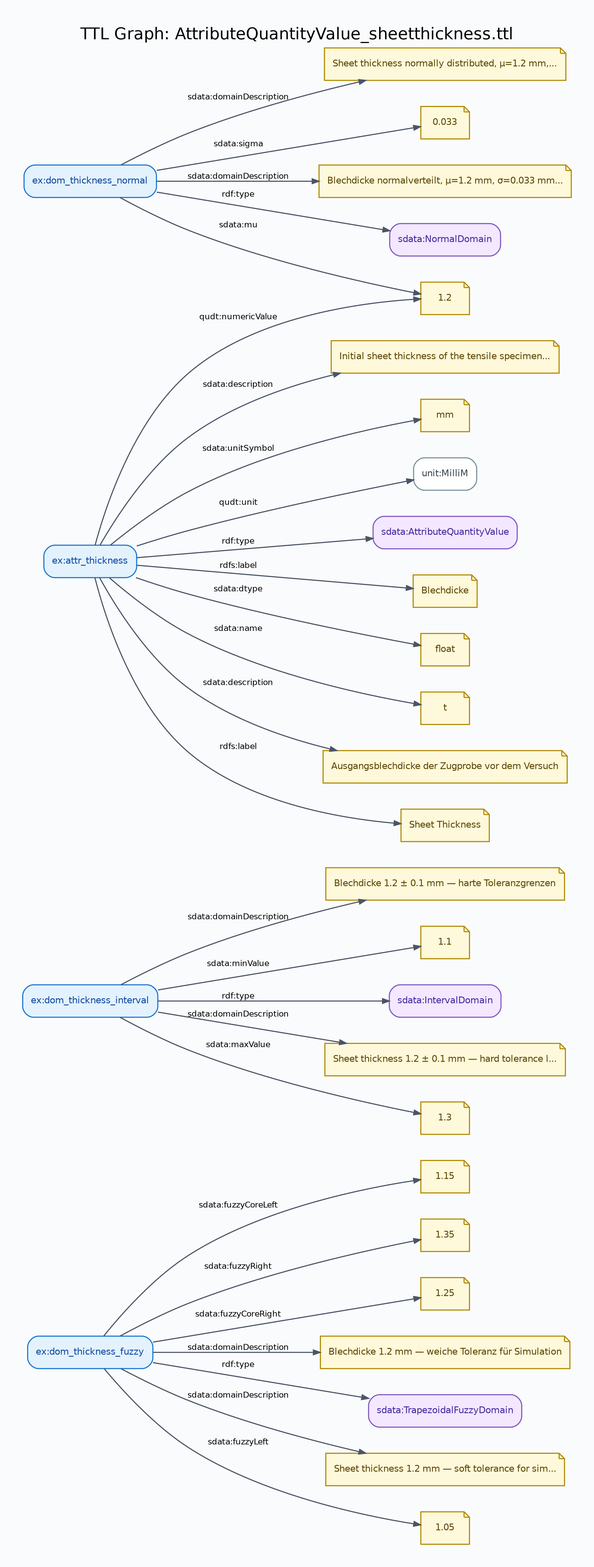
Above: docs/diagrams/AttributeQuantityValue_sheetthickness-graph.png in lepy/sdata-ontology (Graphviz), before the change. Its source is kept beside it as docs/diagrams/AttributeQuantityValue_sheetthickness-graph.dot.
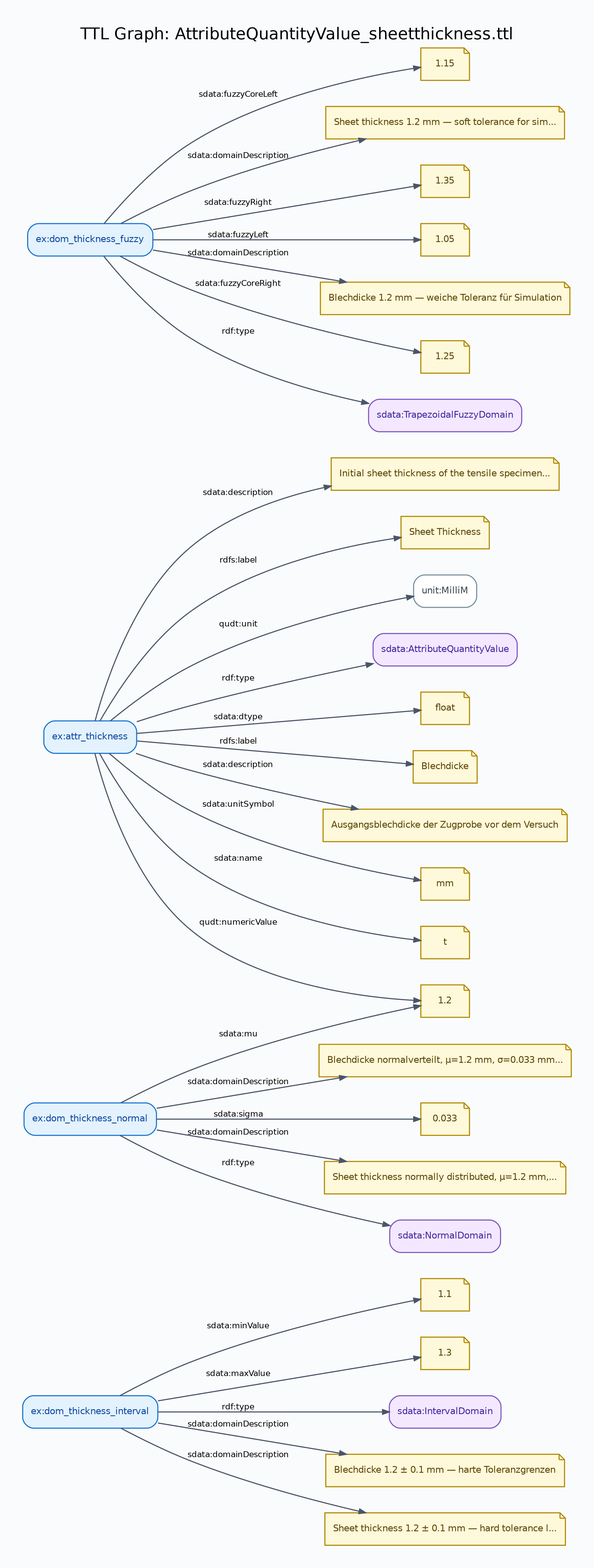
The same file after the commit.

The edit, as a diff of the source:
```diff
@@ -26,6 +26,101 @@
 		fontsize=9,
 		penwidth=1.2
 	];
+	"uri::https://example.org/tensile-test/dom_thickness_interval"	[color="#1976D2",
+		fillcolor="#E3F2FD",
+		fontcolor="#0D47A1",
+		label="ex:dom_thickness_interval"];
+	"lit::1.1::http://www.w3.org/2001/XMLSchema#double::"	[color="#B08900",
+		fillcolor="#FFF9DB",
+		fontcolor="#5C4500",
+		label=1.1,
+		shape=note];
+	"uri::https://example.org/tensile-test/dom_thickness_interval" -> "lit::1.1::http://www.w3.org/2001/XMLSchema#double::"	[label="sdata:minValue"];
+	"lit::1.3::http://www.w3.org/2001/XMLSchema#double::"	[color="#B08900",
+		fillcolor="#FFF9DB",
+		fontcolor="#5C4500",
+		label=1.3,
+		shape=note];
+	"uri::https://example.org/tensile-test/dom_thickness_interval" -> "lit::1.3::http://www.w3.org/2001/XMLSchema#double::"	[label="sdata:maxValue"];
+	"uri::https://w3id.org/sdata/core/IntervalDomain"	[color="#7E57C2",
+		fillcolor="#F3E8FF",
+		fontcolor="#4527A0",
+		label="sdata:IntervalDomain"];
+	"uri::https://example.org/tensile-test/dom_thickness_interval" -> "uri::https://w3id.org/sdata/core/IntervalDomain"	[label="rdf:type"];
+	"lit::Blechdicke 1.2 ± 0.1 mm — harte Toleranzgrenzen::::de"	[color="#B08900",
+		fillcolor="#FFF9DB",
+		fontcolor="#5C4500",
+		label="Blechdicke 1.2 ± 0.1 mm — harte Toleranzgrenzen",
+		shape=note];
+	"uri::https://example.org/tensile-test/dom_thickness_interval" -> "lit::Blechdicke 1.2 ± 0.1 mm — harte Toleranzgrenzen::::de"	[label="sdata:domainDescription"];
+	"lit::Sheet thickness 1.2 ± 0.1 mm — hard tolerance limits::::en"	[color="#B08900",
+		fillcolor="#FFF9DB",
+		fontcolor="#5C4500",
+		label="Sheet thickness 1.2 ± 0.1 mm — hard tolerance l...",
+		shape=note];
+	"uri::https://example.org/tensile-test/dom_thickness_interval" -> "lit::Sheet thickness 1.2 ± 0.1 mm — hard tolerance limits::::en"	[label="sdata:domainDescription"];
+	"uri::https://example.org/tensile-test/attr_thickness"	[color="#1976D2",
+		fillcolor="#E3F2FD",
+		fontcolor="#0D47A1",
+		label="ex:attr_thickness"];
+	"lit::Initial sheet thickness of the tensile specimen before testing::::en"	[color="#B08900",
+		fillcolor="#FFF9DB",
+		fontcolor="#5C4500",
+		label="Initial sheet thickness of the tensile specimen...",
+		shape=note];
+	"uri::https://example.org/tensile-test/attr_thickness" -> "lit::Initial sheet thickness of the tensile specimen before testing::::en"	[label="sdata:description"];
+	"lit::Sheet Thickness::::en"	[color="#B08900",
+		fillcolor="#FFF9DB",
+		fontcolor="#5C4500",
+		label="Sheet Thickness",
+		shape=note];
+	"uri::https://example.org/tensile-test/attr_thickness" -> "lit::Sheet Thickness::::en"	[label="rdfs:label"];
+	"uri::http://qudt.org/vocab/unit/MilliM"	[color="#78909C",
+		fillcolor="#FFFFFF",
+		fontcolor="#37474F",
+		label="unit:MilliM"];
+	"uri::https://example.org/tensile-test/attr_thickness" -> "uri::http://qudt.org/vocab/unit/MilliM"	[label="qudt:unit"];
+	"uri::https://w3id.org/sdata/core/AttributeQuantityValue"	[color="#7E57C2",
+		fillcolor="#F3E8FF",
+		fontcolor="#4527A0",
+		label="sdata:AttributeQuantityValue"];
+	"uri::https://example.org/tensile-test/attr_thickness" -> "uri::https://w3id.org/sdata/core/AttributeQuantityValue"	[label="rdf:type"];
+	"lit::float::::"	[color="#B08900",
+		fillcolor="#FFF9DB",
+		fontcolor="#5C4500",
+		label=float,
+		shape=note];
+	"uri::https://example.org/tensile-test/attr_thickness" -> "lit::float::::"	[label="sdata:dtype"];
+	"lit::Blechdicke::::de"	[color="#B08900",
+		fillcolor="#FFF9DB",
+		fontcolor="#5C4500",
+		label=Blechdicke,
+		shape=note];
+	"uri::https://example.org/tensile-test/attr_thickness" -> "lit::Blechdicke::::de"	[label="rdfs:label"];
+	"lit::Ausgangsblechdicke der Zugprobe vor dem Versuch::::de"	[color="#B08900",
+		fillcolor="#FFF9DB",
+		fontcolor="#5C4500",
+		label="Ausgangsblechdicke der Zugprobe vor dem Versuch",
+		shape=note];
+	"uri::https://example.org/tensile-test/attr_thickness" -> "lit::Ausgangsblechdicke der Zugprobe vor dem Versuch::::de"	[label="sdata:description"];
+	"lit::mm::::"	[color="#B08900",
+		fillcolor="#FFF9DB",
+		fontcolor="#5C4500",
+		label=mm,
+		shape=note];
+	"uri::https://example.org/tensile-test/attr_thickness" -> "lit::mm::::"	[label="sdata:unitSymbol"];
+	"lit::t::::"	[color="#B08900",
+		fillcolor="#FFF9DB",
+		fontcolor="#5C4500",
+		label=t,
+		shape=note];
+	"uri::https://example.org/tensile-test/attr_thickness" -> "lit::t::::"	[label="sdata:name"];
+	"lit::1.2::http://www.w3.org/2001/XMLSchema#double::"	[color="#B08900",
+		fillcolor="#FFF9DB",
+		fontcolor="#5C4500",
+		label=1.2,
+		shape=note];
+	"uri::https://example.org/tensile-test/attr_thickness" -> "lit::1.2::http://www.w3.org/2001/XMLSchema#double::"	[label="qudt:numericValue"];
 	"uri::https://example.org/tensile-test/dom_thickness_fuzzy"	[color="#1976D2",
 		fillcolor="#E3F2FD",
 		fontcolor="#0D47A1",
@@ -36,162 +131,67 @@
 		label=1.15,
 		shape=note];
 	"uri::https://example.org/tensile-test/dom_thickness_fuzzy" -> "lit::1.15::http://www.w3.org/2001/XMLSchema#double::"	[label="sdata:fuzzyCoreLeft"];
+	"lit::Sheet thickness 1.2 mm — soft tolerance for simulation::::en"	[color="#B08900",
+		fillcolor="#FFF9DB",
+		fontcolor="#5C4500",
+		label="Sheet thickness 1.2 mm — soft tolerance for sim...",
+		shape=note];
+	"uri::https://example.org/tensile-test/dom_thickness_fuzzy" -> "lit::Sheet thickness 1.2 mm — soft tolerance for simulation::::en"	[label="sdata:domainDescription"];
 	"lit::1.35::http://www.w3.org/2001/XMLSchema#double::"	[color="#B08900",
 		fillcolor="#FFF9DB",
 		fontcolor="#5C4500",
 		label=1.35,
 		shape=note];
 	"uri::https://example.org/tensile-test/dom_thickness_fuzzy" -> "lit::1.35::http://www.w3.org/2001/XMLSchema#double::"	[label="sdata:fuzzyRight"];
+	"lit::1.05::http://www.w3.org/2001/XMLSchema#double::"	[color="#B08900",
+		fillcolor="#FFF9DB",
+		fontcolor="#5C4500",
+		label=1.05,
+		shape=note];
+	"uri::https://example.org/tensile-test/dom_thickness_fuzzy" -> "lit::1.05::http://www.w3.org/2001/XMLSchema#double::"	[label="sdata:fuzzyLeft"];
+	"lit::Blechdicke 1.2 mm — weiche Toleranz für Simulation::::de"	[color="#B08900",
+		fillcolor="#FFF9DB",
+		fontcolor="#5C4500",
+		label="Blechdicke 1.2 mm — weiche Toleranz für Simulation",
+		shape=note];
+	"uri::https://example.org/tensile-test/dom_thickness_fuzzy" -> "lit::Blechdicke 1.2 mm — weiche Toleranz für Simulation::::de"	[label="sdata:domainDescription"];
 	"lit::1.25::http://www.w3.org/2001/XMLSchema#double::"	[color="#B08900",
 		fillcolor="#FFF9DB",
 		fontcolor="#5C4500",
 		label=1.25,
 		shape=note];
 	"uri::https://example.org/tensile-test/dom_thickness_fuzzy" -> "lit::1.25::http://www.w3.org/2001/XMLSchema#double::"	[label="sdata:fuzzyCoreRight"];
-	"lit::Blechdicke 1.2 mm — weiche Toleranz für Simulation::::de"	[color="#B08900",
-		fillcolor="#FFF9DB",
-		fontcolor="#5C4500",
-		label="Blechdicke 1.2 mm — weiche Toleranz für Simulation",
-		shape=note];
-	"uri::https://example.org/tensile-test/dom_thickness_fuzzy" -> "lit::Blechdicke 1.2 mm — weiche Toleranz für Simulation::::de"	[label="sdata:domainDescription"];
 	"uri::https://w3id.org/sdata/core/TrapezoidalFuzzyDomain"	[color="#7E57C2",
 		fillcolor="#F3E8FF",
 		fontcolor="#4527A0",
 		label="sdata:TrapezoidalFuzzyDomain"];
 	"uri::https://example.org/tensile-test/dom_thickness_fuzzy" -> "uri::https://w3id.org/sdata/core/TrapezoidalFuzzyDomain"	[label="rdf:type"];
-	"lit::Sheet thickness 1.2 mm — soft tolerance for simulation::::en"	[color="#B08900",
-		fillcolor="#FFF9DB",
-		fontcolor="#5C4500",
-		label="Sheet thickness 1.2 mm — soft tolerance for sim...",
-		shape=note];
-	"uri::https://example.org/tensile-test/dom_thickness_fuzzy" -> "lit::Sheet thickness 1.2 mm — soft tolerance for simulation::::en"	[label="sdata:domainDescription"];
-	"lit::1.05::http://www.w3.org/2001/XMLSchema#double::"	[color="#B08900",
-		fillcolor="#FFF9DB",
-		fontcolor="#5C4500",
-		label=1.05,
-		shape=note];
-	"uri::https://example.org/tensile-test/dom_thickness_fuzzy" -> "lit::1.05::http://www.w3.org/2001/XMLSchema#double::"	[label="sdata:fuzzyLeft"];
-	"uri::https://example.org/tensile-test/dom_thickness_interval"	[color="#1976D2",
-		fillcolor="#E3F2FD",
-		fontcolor="#0D47A1",
-		label="ex:dom_thickness_interval"];
-	"lit::Blechdicke 1.2 ± 0.1 mm — harte Toleranzgrenzen::::de"	[color="#B08900",
-		fillcolor="#FFF9DB",
-		fontcolor="#5C4500",
-		label="Blechdicke 1.2 ± 0.1 mm — harte Toleranzgrenzen",
-		shape=note];
-	"uri::https://example.org/tensile-test/dom_thickness_interval" -> "lit::Blechdicke 1.2 ± 0.1 mm — harte Toleranzgrenzen::::de"	[label="sdata:domainDescription"];
-	"lit::1.1::http://www.w3.org/2001/XMLSchema#double::"	[color="#B08900",
-		fillcolor="#FFF9DB",
-		fontcolor="#5C4500",
-		label=1.1,
-		shape=note];
-	"uri::https://example.org/tensile-test/dom_thickness_interval" -> "lit::1.1::http://www.w3.org/2001/XMLSchema#double::"	[label="sdata:minValue"];
-	"uri::https://w3id.org/sdata/core/IntervalDomain"	[color="#7E57C2",
-		fillcolor="#F3E8FF",
-		fontcolor="#4527A0",
-		label="sdata:IntervalDomain"];
-	"uri::https://example.org/tensile-test/dom_thickness_interval" -> "uri::https://w3id.org/sdata/core/IntervalDomain"	[label="rdf:type"];
-	"lit::Sheet thickness 1.2 ± 0.1 mm — hard tolerance limits::::en"	[color="#B08900",
-		fillcolor="#FFF9DB",
-		fontcolor="#5C4500",
-		label="Sheet thickness 1.2 ± 0.1 mm — hard tolerance l...",
-		shape=note];
-	"uri::https://example.org/tensile-test/dom_thickness_interval" -> "lit::Sheet thickness 1.2 ± 0.1 mm — hard tolerance limits::::en"	[label="sdata:domainDescription"];
-	"lit::1.3::http://www.w3.org/2001/XMLSchema#double::"	[color="#B08900",
-		fillcolor="#FFF9DB",
-		fontcolor="#5C4500",
-		label=1.3,
-		shape=note];
-	"uri::https://example.org/tensile-test/dom_thickness_interval" -> "lit::1.3::http://www.w3.org/2001/XMLSchema#double::"	[label="sdata:maxValue"];
 	"uri::https://example.org/tensile-test/dom_thickness_normal"	[color="#1976D2",
 		fillcolor="#E3F2FD",
 		fontcolor="#0D47A1",
 		label="ex:dom_thickness_normal"];
+	"lit::Blechdicke normalverteilt, μ=1.2 mm, σ=0.033 mm (3σ=0.1 mm)::::de"	[color="#B08900",
+		fillcolor="#FFF9DB",
+		fontcolor="#5C4500",
+		label="Blechdicke normalverteilt, μ=1.2 mm, σ=0.033 mm...",
+		shape=note];
+	"uri::https://example.org/tensile-test/dom_thickness_normal" -> "lit::Blechdicke normalverteilt, μ=1.2 mm, σ=0.033 mm (3σ=0.1 mm)::::de"	[label="sdata:domainDescription"];
+	"lit::0.033::http://www.w3.org/2001/XMLSchema#double::"	[color="#B08900",
+		fillcolor="#FFF9DB",
+		fontcolor="#5C4500",
+		label=0.033,
+		shape=note];
+	"uri::https://example.org/tensile-test/dom_thickness_normal" -> "lit::0.033::http://www.w3.org/2001/XMLSchema#double::"	[label="sdata:sigma"];
 	"lit::Sheet thickness normally distributed, μ=1.2 mm, σ=0.033 mm (3σ=0.1 mm)::::en"	[color="#B08900",
 		fillcolor="#FFF9DB",
 		fontcolor="#5C4500",
 		label="Sheet thickness normally distributed, μ=1.2 mm,...",
 		shape=note];
 	"uri::https://example.org/tensile-test/dom_thickness_normal" -> "lit::Sheet thickness normally distributed, μ=1.2 mm, σ=0.033 mm (3σ=0.1 mm)::::en"	[label="sdata:domainDescription"];
-	"lit::0.033::http://www.w3.org/2001/XMLSchema#double::"	[color="#B08900",
-		fillcolor="#FFF9DB",
-		fontcolor="#5C4500",
-		label=0.033,
-		shape=note];
-	"uri::https://example.org/tensile-test/dom_thickness_normal" -> "lit::0.033::http://www.w3.org/2001/XMLSchema#double::"	[label="sdata:sigma"];
-	"lit::1.2::http://www.w3.org/2001/XMLSchema#double::"	[color="#B08900",
-		fillcolor="#FFF9DB",
-		fontcolor="#5C4500",
-		label=1.2,
-		shape=note];
 	"uri::https://example.org/tensile-test/dom_thickness_normal" -> "lit::1.2::http://www.w3.org/2001/XMLSchema#double::"	[label="sdata:mu"];
-	"lit::Blechdicke normalverteilt, μ=1.2 mm, σ=0.033 mm (3σ=0.1 mm)::::de"	[color="#B08900",
-		fillcolor="#FFF9DB",
-		fontcolor="#5C4500",
-		label="Blechdicke normalverteilt, μ=1.2 mm, σ=0.033 mm...",
-		shape=note];
-	"uri::https://example.org/tensile-test/dom_thickness_normal" -> "lit::Blechdicke normalverteilt, μ=1.2 mm, σ=0.033 mm (3σ=0.1 mm)::::de"	[label="sdata:domainDescription"];
 	"uri::https://w3id.org/sdata/core/NormalDomain"	[color="#7E57C2",
 		fillcolor="#F3E8FF",
 		fontcolor="#4527A0",
 		label="sdata:NormalDomain"];
 	"uri::https://example.org/tensile-test/dom_thickness_normal" -> "uri::https://w3id.org/sdata/core/NormalDomain"	[label="rdf:type"];
-	"uri::https://example.org/tensile-test/attr_thickness"	[color="#1976D2",
-		fillcolor="#E3F2FD",
-		fontcolor="#0D47A1",
-		label="ex:attr_thickness"];
-	"lit::float::::"	[color="#B08900",
-		fillcolor="#FFF9DB",
-		fontcolor="#5C4500",
-		label=float,
-		shape=note];
-	"uri::https://example.org/tensile-test/attr_thickness" -> "lit::float::::"	[label="sdata:dtype"];
-	"uri::https://example.org/tensile-test/attr_thickness" -> "lit::1.2::http://www.w3.org/2001/XMLSchema#double::"	[label="qudt:numericValue"];
-	"lit::t::::"	[color="#B08900",
-		fillcolor="#FFF9DB",
-		fontcolor="#5C4500",
-		label=t,
-		shape=note];
-	"uri::https://example.org/tensile-test/attr_thickness" -> "lit::t::::"	[label="sdata:name"];
-	"lit::Ausgangsblechdicke der Zugprobe vor dem Versuch::::de"	[color="#B08900",
-		fillcolor="#FFF9DB",
-		fontcolor="#5C4500",
-		label="Ausgangsblechdicke der Zugprobe vor dem Versuch",
-		shape=note];
-	"uri::https://example.org/tensile-test/attr_thickness" -> "lit::Ausgangsblechdicke der Zugprobe vor dem Versuch::::de"	[label="sdata:description"];
-	"lit::Sheet Thickness::::en"	[color="#B08900",
-		fillcolor="#FFF9DB",
-		fontcolor="#5C4500",
-		label="Sheet Thickness",
-		shape=note];
-	"uri::https://example.org/tensile-test/attr_thickness" -> "lit::Sheet Thickness::::en"	[label="rdfs:label"];
-	"lit::Initial sheet thickness of the tensile specimen before testing::::en"	[color="#B08900",
-		fillcolor="#FFF9DB",
-		fontcolor="#5C4500",
-		label="Initial sheet thickness of the tensile specimen...",
-		shape=note];
-	"uri::https://example.org/tensile-test/attr_thickness" -> "lit::Initial sheet thickness of the tensile specimen before testing::::en"	[label="sdata:description"];
-	"lit::mm::::"	[color="#B08900",
-		fillcolor="#FFF9DB",
-		fontcolor="#5C4500",
-		label=mm,
-		shape=note];
-	"uri::https://example.org/tensile-test/attr_thickness" -> "lit::mm::::"	[label="sdata:unitSymbol"];
-	"uri::http://qudt.org/vocab/unit/MilliM"	[color="#78909C",
-		fillcolor="#FFFFFF",
-		fontcolor="#37474F",
-		label="unit:MilliM"];
-	"uri::https://example.org/tensile-test/attr_thickness" -> "uri::http://qudt.org/vocab/unit/MilliM"	[label="qudt:unit"];
-	"uri::https://w3id.org/sdata/core/AttributeQuantityValue"	[color="#7E57C2",
-		fillcolor="#F3E8FF",
-		fontcolor="#4527A0",
-		label="sdata:AttributeQuantityValue"];
-	"uri::https://example.org/tensile-test/attr_thickness" -> "uri::https://w3id.org/sdata/core/AttributeQuantityValue"	[label="rdf:type"];
-	"lit::Blechdicke::::de"	[color="#B08900",
-		fillcolor="#FFF9DB",
-		fontcolor="#5C4500",
-		label=Blechdicke,
-		shape=note];
-	"uri::https://example.org/tensile-test/attr_thickness" -> "lit::Blechdicke::::de"	[label="rdfs:label"];
 }
```
